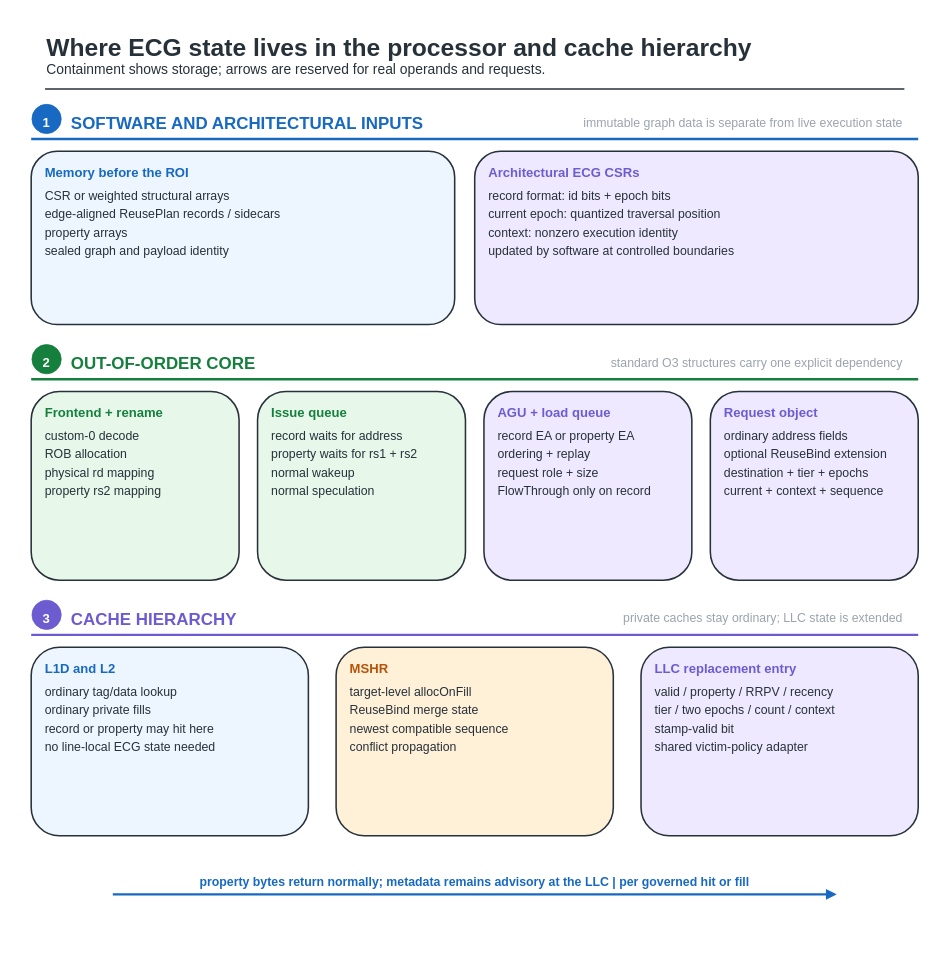
This is fig/wiki_src/property-to-cache-walkthrough/property-to-cache-walkthrough-f02-architecture-state-map.drawio from UVA-LavaLab/ECG_GrAPL, a draw.io file, before an edit. Source tidied: cells renumbered, new cells numbered last; positions are measured from the earlier drawing's top-left corner, leaving out a move shared by most shapes. Both pictures are drawn from the tidied source at 77%, with x=0, y=0 at pixel (12, 12).
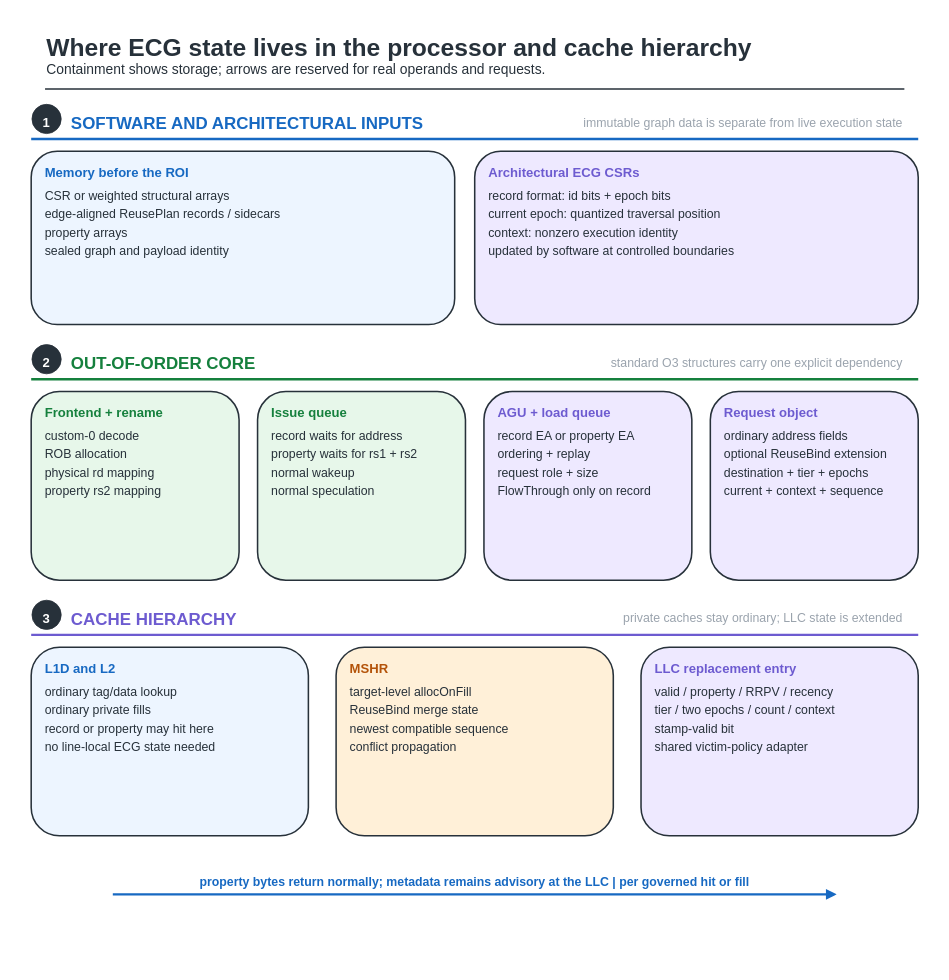
The same diagram, later.

Diff of the diagram source:
```diff
@@
-    <mxCell id="6" style="ellipse;html=0;fillColor=#1769C2;strokeColor=#1769C2;strokeWidth=1;" parent="1" vertex="1">
+    <mxCell id="6" style="ellipse;html=0;fillColor=#27313A;strokeColor=#27313A;strokeWidth=1;" parent="1" vertex="1">
       <mxGeometry x="25" y="119" width="38" height="38" as="geometry" />
     </mxCell>
@@
-    <mxCell id="23" style="ellipse;html=0;fillColor=#15803D;strokeColor=#15803D;strokeWidth=1;" parent="1" vertex="1">
+    <mxCell id="23" style="ellipse;html=0;fillColor=#27313A;strokeColor=#27313A;strokeWidth=1;" parent="1" vertex="1">
       <mxGeometry x="25" y="431" width="38" height="38" as="geometry" />
     </mxCell>
@@
-    <mxCell id="52" style="ellipse;html=0;fillColor=#6D5BD0;strokeColor=#6D5BD0;strokeWidth=1;" parent="1" vertex="1">
+    <mxCell id="52" style="ellipse;html=0;fillColor=#27313A;strokeColor=#27313A;strokeWidth=1;" parent="1" vertex="1">
       <mxGeometry x="25" y="763" width="38" height="38" as="geometry" />
     </mxCell>
```
